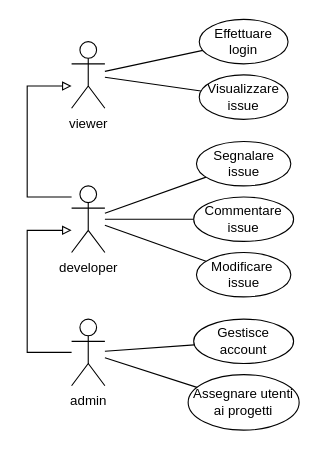
Earlier version of the draw.io diagram docs/diagrams/drawio/UseCase_Diagram.drawio (PierluigiFrascogna/BugBoard26). Source tidied: cells renumbered, new cells numbered last; positions are measured from the earlier drawing's top-left corner, leaving out a move shared by most shapes. Both pictures are drawn from the tidied source at 111%, with x=0, y=0 at pixel (27, 19).
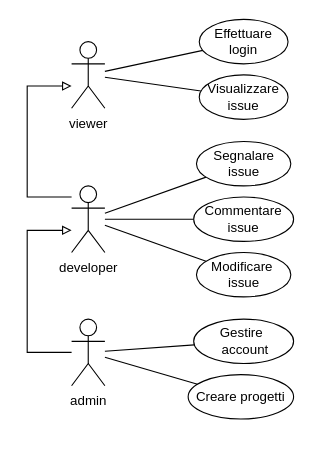
After the change.

Commit message (it also covers changes not shown here):
docs: change use case image

What changed in the source:
```diff
@@
-    <mxCell id="17" value="Gestisce account" style="ellipse;whiteSpace=wrap;html=1;" parent="1" vertex="1">
+    <mxCell id="17" value="Gestire&amp;nbsp; &amp;nbsp;account" style="ellipse;whiteSpace=wrap;html=1;" parent="1" vertex="1">
       <mxGeometry x="150" y="270" width="90" height="40" as="geometry" />
     </mxCell>
@@
-    <mxCell id="19" value="Assegnare utenti ai progetti" style="ellipse;whiteSpace=wrap;html=1;" parent="1" vertex="1">
-      <mxGeometry x="145" y="320" width="100" height="50" as="geometry" />
+    <mxCell id="19" value="Creare progetti" style="ellipse;whiteSpace=wrap;html=1;" parent="1" vertex="1">
+      <mxGeometry x="145" y="320" width="95" height="40" as="geometry" />
     </mxCell>
```
